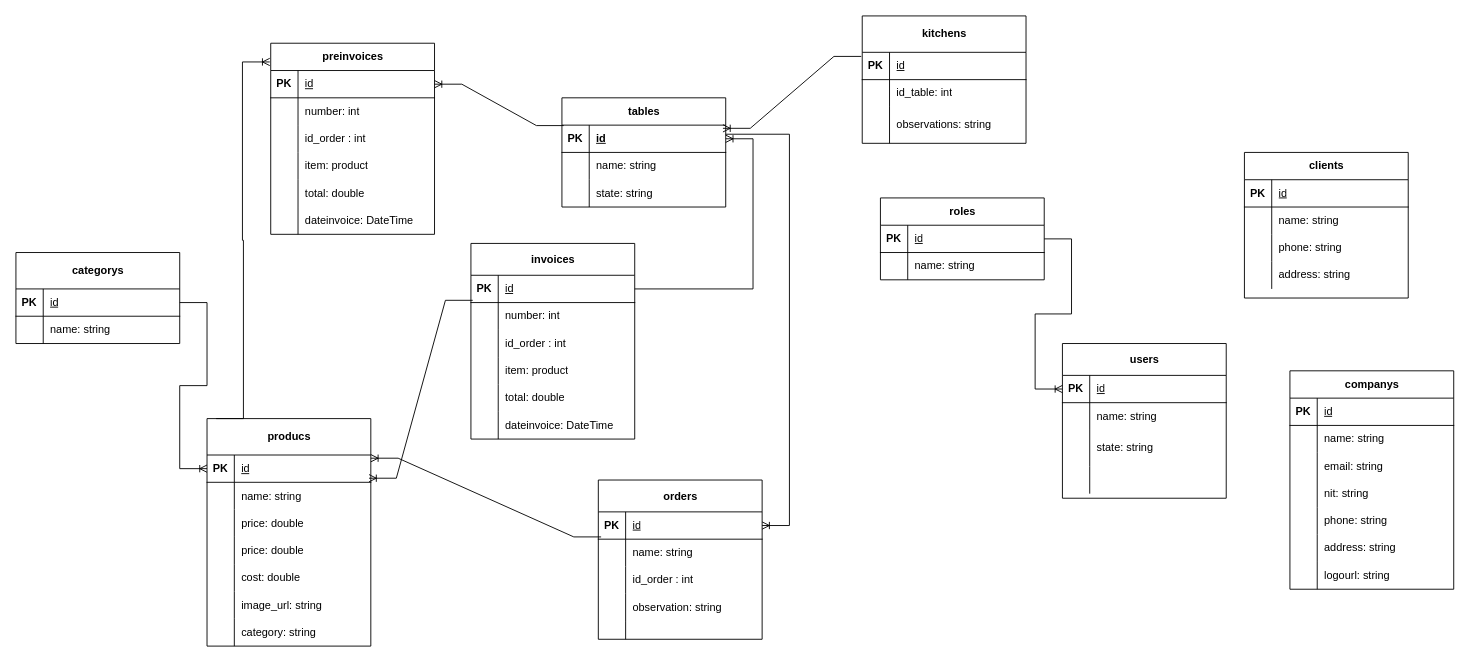
KevinAlvarezD/RestAdmin keeps this draw.io diagram as page "ER" (2 of 3) of Documents/Diagrama sin título.drawio. Above is the earlier version. Source tidied: cells renumbered, new cells numbered last; positions are measured from the earlier drawing's top-left corner, leaving out a move shared by most shapes. Both pictures are drawn from the tidied source at 91%, with x=0, y=0 at pixel (15, 15).
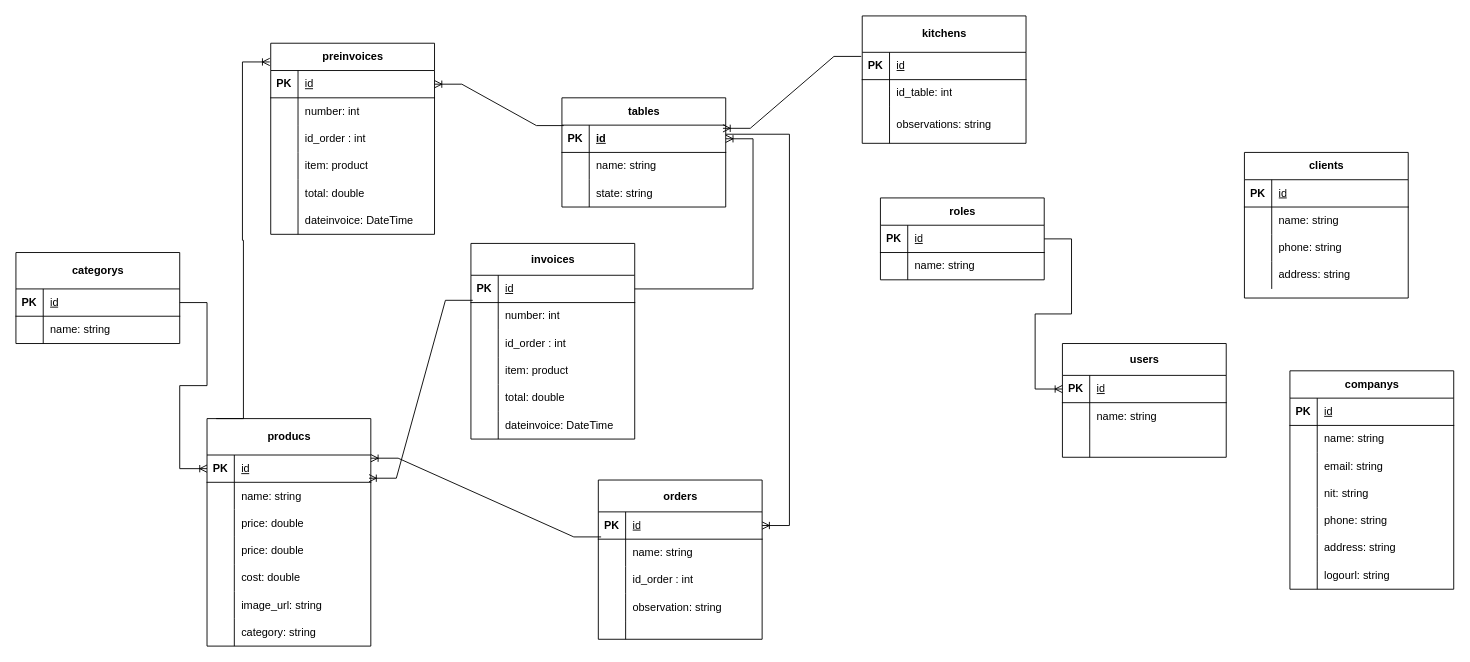
The same diagram, later.

What changed in the source:
```diff
@@
     <mxCell id="94" value="users" style="shape=table;startSize=35;childLayout=tableLayout;rowLines=0;fontStyle=1;align=center;html=1;" parent="1" vertex="1">
-      <mxGeometry x="1150" y="360" width="180" height="170" as="geometry" />
+      <mxGeometry x="1150" y="360" width="180" height="125" as="geometry" />
     </mxCell>
@@
-    <mxCell id="101" style="shape=tableRow;horizontal=0;startSize=0;swimlaneHead=0;swimlaneBody=0;fillColor=none;top=0;left=0;right=0;bottom=0;" parent="94" vertex="1">
-      <mxGeometry y="95" width="180" height="40" as="geometry" />
-    </mxCell>
-    <mxCell id="102" style="shape=partialRectangle;fillColor=none;top=0;left=0;bottom=0;right=0;overflow=hidden;whiteSpace=wrap;html=1;" parent="101" vertex="1">
-      <mxGeometry width="30" height="40" as="geometry" />
-    </mxCell>
-    <mxCell id="103" value="&lt;span style=&quot;text-wrap: nowrap;&quot;&gt;state: string&lt;/span&gt;" style="shape=partialRectangle;fillColor=none;top=0;left=0;bottom=0;right=0;align=left;spacingLeft=6;overflow=hidden;whiteSpace=wrap;html=1;" parent="101" vertex="1">
-      <mxGeometry x="30" width="150" height="40" as="geometry" />
-    </mxCell>
     <mxCell id="104" style="shape=tableRow;horizontal=0;startSize=0;swimlaneHead=0;swimlaneBody=0;fillColor=none;top=0;left=0;right=0;bottom=0;" parent="94" vertex="1">
-      <mxGeometry y="135" width="180" height="30" as="geometry" />
+      <mxGeometry y="95" width="180" height="30" as="geometry" />
     </mxCell>
```
